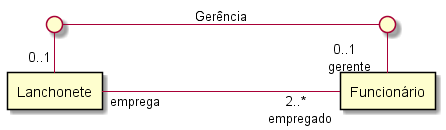
Earlier version of the PlantUML export Imagens/modelos-03/mod03ima05/mod03ima05.png (kyriosdata/oo). Source of this version:
```plantuml
@startuml mod03ima05
rectangle "Lanchonete" as la
rectangle "Funcionário" as fu
circle " " as p1
circle " " as p2
left to right direction
la "emprega"----"2..* \n empregado" fu
la "0..1"-left- p1
p1 ---- p2 : Gerência
p2 -right- "0..1 \n gerente"fu
@enduml
```
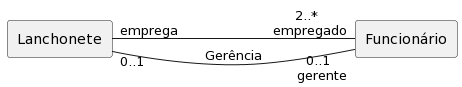
The same diagram one commit later.

Diff of the diagram source:
```diff
@@ -1,11 +1,8 @@
-@startuml mod03ima05
+@startuml
 rectangle "Lanchonete" as la
 rectangle "Funcionário" as fu
-circle " " as p1
-circle " " as p2
+
 left to right direction
 la "emprega"----"2..* \n empregado" fu
-la "0..1"-left- p1
-p1 ---- p2 : Gerência
-p2 -right- "0..1 \n gerente"fu
+la "0..1"-- "0..1 \n gerente"fu :Gerência
 @enduml
```
